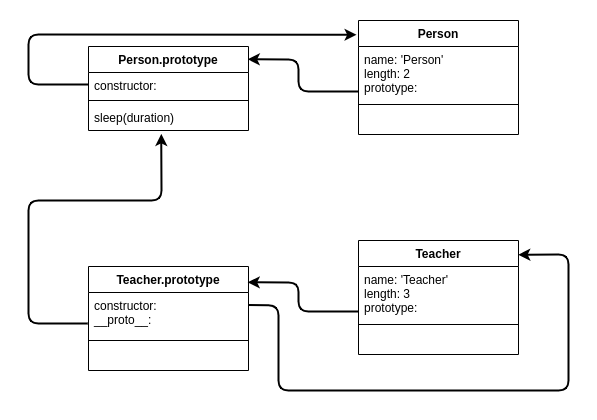
lcov29/knowledgeBase keeps this draw.io diagram as SoftwareDevelopment/WebDevelopment/JavaScript/pictures/constructorFunctionInheritanceStep5.png. Above is the earlier version. Source tidied: cells renumbered, new cells last; positions are measured from the earlier drawing's top-left corner, leaving out a move shared by most shapes. Source of this version:
```xml
<mxGraphModel>
  <root>
    <mxCell id="0" />
    <mxCell id="1" parent="0" />
    <mxCell id="2" value="Person" style="swimlane;fontStyle=1;align=center;verticalAlign=top;horizontal=1;startSize=26;" parent="1" vertex="1">
      <mxGeometry x="330" width="160" height="114" as="geometry" />
    </mxCell>
    <mxCell id="3" value="name: 'Person'&#10;length: 2&#10;prototype:" style="text;strokeColor=none;fillColor=none;align=left;verticalAlign=top;spacingLeft=4;spacingRight=4;overflow=hidden;points=[[0,0.5],[1,0.5]];portConstraint=eastwest;" parent="2" vertex="1">
      <mxGeometry y="26" width="160" height="54" as="geometry" />
    </mxCell>
    <mxCell id="4" style="line;strokeWidth=1;fillColor=none;align=left;verticalAlign=middle;spacingTop=-1;spacingLeft=3;spacingRight=3;labelPosition=right;" parent="2" vertex="1">
      <mxGeometry y="80" width="160" height="8" as="geometry" />
    </mxCell>
    <mxCell id="5" value=" " style="text;strokeColor=none;fillColor=none;align=left;verticalAlign=top;spacingLeft=4;spacingRight=4;overflow=hidden;" parent="2" vertex="1">
      <mxGeometry y="88" width="160" height="26" as="geometry" />
    </mxCell>
    <mxCell id="6" value="Person.prototype" style="swimlane;fontStyle=1;align=center;verticalAlign=top;horizontal=1;startSize=26;" parent="1" vertex="1">
      <mxGeometry x="60" y="26" width="160" height="84" as="geometry" />
    </mxCell>
    <mxCell id="7" value="constructor:" style="text;strokeColor=none;fillColor=none;align=left;verticalAlign=top;spacingLeft=4;spacingRight=4;overflow=hidden;points=[[0,0.5],[1,0.5]];portConstraint=eastwest;" parent="6" vertex="1">
      <mxGeometry y="26" width="160" height="24" as="geometry" />
    </mxCell>
    <mxCell id="8" style="line;strokeWidth=1;fillColor=none;align=left;verticalAlign=middle;spacingTop=-1;spacingLeft=3;spacingRight=3;labelPosition=right;" parent="6" vertex="1">
      <mxGeometry y="50" width="160" height="8" as="geometry" />
    </mxCell>
    <mxCell id="9" value="sleep(duration)" style="text;strokeColor=none;fillColor=none;align=left;verticalAlign=top;spacingLeft=4;spacingRight=4;overflow=hidden;points=[[0,0.5],[1,0.5]];portConstraint=eastwest;" parent="6" vertex="1">
      <mxGeometry y="58" width="160" height="26" as="geometry" />
    </mxCell>
    <mxCell id="10" style="endArrow=classic;html=1;strokeWidth=2;exitX=0.003;exitY=0.833;exitDx=0;exitDy=0;exitPerimeter=0;entryX=0.995;entryY=0.152;entryDx=0;entryDy=0;entryPerimeter=0;" parent="1" edge="1" source="3" target="6">
      <mxGeometry relative="1" as="geometry">
        <Array as="points">
          <mxPoint x="270" y="71" />
          <mxPoint x="270" y="39" />
        </Array>
      </mxGeometry>
    </mxCell>
    <mxCell id="11" style="endArrow=classic;html=1;strokeWidth=2;exitX=0;exitY=0.5;exitDx=0;exitDy=0;entryX=-0.012;entryY=0.125;entryDx=0;entryDy=0;entryPerimeter=0;" parent="1" edge="1" source="7" target="2">
      <mxGeometry relative="1" as="geometry">
        <Array as="points">
          <mxPoint y="64" />
          <mxPoint y="14" />
        </Array>
      </mxGeometry>
    </mxCell>
    <mxCell id="12" value="Teacher" style="swimlane;fontStyle=1;align=center;verticalAlign=top;horizontal=1;startSize=26;" parent="1" vertex="1">
      <mxGeometry x="330" y="220" width="160" height="114" as="geometry" />
    </mxCell>
    <mxCell id="13" value="name: 'Teacher'&#10;length: 3&#10;prototype:" style="text;strokeColor=none;fillColor=none;align=left;verticalAlign=top;spacingLeft=4;spacingRight=4;overflow=hidden;points=[[0,0.5],[1,0.5]];portConstraint=eastwest;" parent="12" vertex="1">
      <mxGeometry y="26" width="160" height="54" as="geometry" />
    </mxCell>
    <mxCell id="14" style="line;strokeWidth=1;fillColor=none;align=left;verticalAlign=middle;spacingTop=-1;spacingLeft=3;spacingRight=3;labelPosition=right;" parent="12" vertex="1">
      <mxGeometry y="80" width="160" height="8" as="geometry" />
    </mxCell>
    <mxCell id="15" value=" " style="text;strokeColor=none;fillColor=none;align=left;verticalAlign=top;spacingLeft=4;spacingRight=4;overflow=hidden;" parent="12" vertex="1">
      <mxGeometry y="88" width="160" height="26" as="geometry" />
    </mxCell>
    <mxCell id="16" value="Teacher.prototype" style="swimlane;fontStyle=1;align=center;verticalAlign=top;horizontal=1;startSize=26;" parent="1" vertex="1">
      <mxGeometry x="60" y="246" width="160" height="104" as="geometry" />
    </mxCell>
    <mxCell id="17" value="constructor:&#10;__proto__:" style="text;strokeColor=none;fillColor=none;align=left;verticalAlign=top;spacingLeft=4;spacingRight=4;overflow=hidden;points=[[0,0.5],[1,0.5]];portConstraint=eastwest;" parent="16" vertex="1">
      <mxGeometry y="26" width="160" height="44" as="geometry" />
    </mxCell>
    <mxCell id="18" style="line;strokeWidth=1;fillColor=none;align=left;verticalAlign=middle;spacingTop=-1;spacingLeft=3;spacingRight=3;labelPosition=right;" parent="16" vertex="1">
      <mxGeometry y="70" width="160" height="8" as="geometry" />
    </mxCell>
    <mxCell id="19" value=" " style="text;strokeColor=none;fillColor=none;align=left;verticalAlign=top;spacingLeft=4;spacingRight=4;overflow=hidden;" parent="16" vertex="1">
      <mxGeometry y="78" width="160" height="26" as="geometry" />
    </mxCell>
    <mxCell id="20" style="endArrow=classic;html=1;strokeWidth=2;exitX=0.003;exitY=0.833;exitDx=0;exitDy=0;exitPerimeter=0;entryX=0.995;entryY=0.152;entryDx=0;entryDy=0;entryPerimeter=0;" parent="1" edge="1" source="13" target="16">
      <mxGeometry relative="1" as="geometry">
        <Array as="points">
          <mxPoint x="270" y="291" />
          <mxPoint x="270" y="262" />
        </Array>
      </mxGeometry>
    </mxCell>
    <mxCell id="21" style="endArrow=classic;html=1;strokeWidth=2;entryX=0.455;entryY=1.131;entryDx=0;entryDy=0;entryPerimeter=0;exitX=-0.005;exitY=0.705;exitDx=0;exitDy=0;exitPerimeter=0;" parent="1" edge="1" source="17" target="9">
      <mxGeometry relative="1" as="geometry">
        <Array as="points">
          <mxPoint y="303" />
          <mxPoint y="180" />
          <mxPoint x="133" y="180" />
        </Array>
      </mxGeometry>
    </mxCell>
    <mxCell id="22" style="endArrow=classic;html=1;strokeWidth=2;entryX=0.998;entryY=0.125;entryDx=0;entryDy=0;entryPerimeter=0;exitX=1;exitY=0.286;exitDx=0;exitDy=0;exitPerimeter=0;" parent="1" edge="1" source="17" target="12">
      <mxGeometry relative="1" as="geometry">
        <Array as="points">
          <mxPoint x="250" y="285" />
          <mxPoint x="250" y="370" />
          <mxPoint x="540" y="370" />
          <mxPoint x="540" y="234" />
        </Array>
      </mxGeometry>
    </mxCell>
  </root>
</mxGraphModel>
```
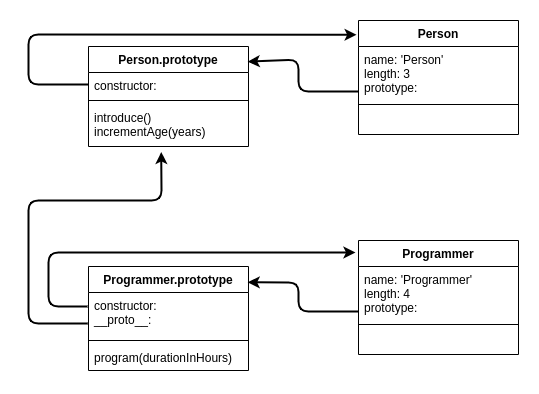
Above is the later version.

Diff of the diagram source:
```diff
@@ -5,7 +5,7 @@
     <mxCell id="2" value="Person" style="swimlane;fontStyle=1;align=center;verticalAlign=top;horizontal=1;startSize=26;" parent="1" vertex="1">
       <mxGeometry x="330" width="160" height="114" as="geometry" />
     </mxCell>
-    <mxCell id="3" value="name: 'Person'&#10;length: 2&#10;prototype:" style="text;strokeColor=none;fillColor=none;align=left;verticalAlign=top;spacingLeft=4;spacingRight=4;overflow=hidden;points=[[0,0.5],[1,0.5]];portConstraint=eastwest;" parent="2" vertex="1">
+    <mxCell id="3" value="name: 'Person'&#10;length: 3&#10;prototype:" style="text;strokeColor=none;fillColor=none;align=left;verticalAlign=top;spacingLeft=4;spacingRight=4;overflow=hidden;points=[[0,0.5],[1,0.5]];portConstraint=eastwest;" parent="2" vertex="1">
       <mxGeometry y="26" width="160" height="54" as="geometry" />
     </mxCell>
     <mxCell id="4" style="line;strokeWidth=1;fillColor=none;align=left;verticalAlign=middle;spacingTop=-1;spacingLeft=3;spacingRight=3;labelPosition=right;" parent="2" vertex="1">
@@ -15,7 +15,7 @@
       <mxGeometry y="88" width="160" height="26" as="geometry" />
     </mxCell>
     <mxCell id="6" value="Person.prototype" style="swimlane;fontStyle=1;align=center;verticalAlign=top;horizontal=1;startSize=26;" parent="1" vertex="1">
-      <mxGeometry x="60" y="26" width="160" height="84" as="geometry" />
+      <mxGeometry x="60" y="26" width="160" height="100" as="geometry" />
     </mxCell>
     <mxCell id="7" value="constructor:" style="text;strokeColor=none;fillColor=none;align=left;verticalAlign=top;spacingLeft=4;spacingRight=4;overflow=hidden;points=[[0,0.5],[1,0.5]];portConstraint=eastwest;" parent="6" vertex="1">
       <mxGeometry y="26" width="160" height="24" as="geometry" />
@@ -23,8 +23,8 @@
     <mxCell id="8" style="line;strokeWidth=1;fillColor=none;align=left;verticalAlign=middle;spacingTop=-1;spacingLeft=3;spacingRight=3;labelPosition=right;" parent="6" vertex="1">
       <mxGeometry y="50" width="160" height="8" as="geometry" />
     </mxCell>
-    <mxCell id="9" value="sleep(duration)" style="text;strokeColor=none;fillColor=none;align=left;verticalAlign=top;spacingLeft=4;spacingRight=4;overflow=hidden;points=[[0,0.5],[1,0.5]];portConstraint=eastwest;" parent="6" vertex="1">
-      <mxGeometry y="58" width="160" height="26" as="geometry" />
+    <mxCell id="9" value="introduce()&#10;incrementAge(years)" style="text;strokeColor=none;fillColor=none;align=left;verticalAlign=top;spacingLeft=4;spacingRight=4;overflow=hidden;points=[[0,0.5],[1,0.5]];portConstraint=eastwest;" parent="6" vertex="1">
+      <mxGeometry y="58" width="160" height="42" as="geometry" />
     </mxCell>
     <mxCell id="10" style="endArrow=classic;html=1;strokeWidth=2;exitX=0.003;exitY=0.833;exitDx=0;exitDy=0;exitPerimeter=0;entryX=0.995;entryY=0.152;entryDx=0;entryDy=0;entryPerimeter=0;" parent="1" edge="1" source="3" target="6">
       <mxGeometry relative="1" as="geometry">
@@ -42,10 +42,10 @@
         </Array>
       </mxGeometry>
     </mxCell>
-    <mxCell id="12" value="Teacher" style="swimlane;fontStyle=1;align=center;verticalAlign=top;horizontal=1;startSize=26;" parent="1" vertex="1">
+    <mxCell id="12" value="Programmer" style="swimlane;fontStyle=1;align=center;verticalAlign=top;horizontal=1;startSize=26;" parent="1" vertex="1">
       <mxGeometry x="330" y="220" width="160" height="114" as="geometry" />
     </mxCell>
-    <mxCell id="13" value="name: 'Teacher'&#10;length: 3&#10;prototype:" style="text;strokeColor=none;fillColor=none;align=left;verticalAlign=top;spacingLeft=4;spacingRight=4;overflow=hidden;points=[[0,0.5],[1,0.5]];portConstraint=eastwest;" parent="12" vertex="1">
+    <mxCell id="13" value="name: 'Programmer'&#10;length: 4&#10;prototype:" style="text;strokeColor=none;fillColor=none;align=left;verticalAlign=top;spacingLeft=4;spacingRight=4;overflow=hidden;points=[[0,0.5],[1,0.5]];portConstraint=eastwest;" parent="12" vertex="1">
       <mxGeometry y="26" width="160" height="54" as="geometry" />
     </mxCell>
     <mxCell id="14" style="line;strokeWidth=1;fillColor=none;align=left;verticalAlign=middle;spacingTop=-1;spacingLeft=3;spacingRight=3;labelPosition=right;" parent="12" vertex="1">
@@ -54,7 +54,7 @@
     <mxCell id="15" value=" " style="text;strokeColor=none;fillColor=none;align=left;verticalAlign=top;spacingLeft=4;spacingRight=4;overflow=hidden;" parent="12" vertex="1">
       <mxGeometry y="88" width="160" height="26" as="geometry" />
     </mxCell>
-    <mxCell id="16" value="Teacher.prototype" style="swimlane;fontStyle=1;align=center;verticalAlign=top;horizontal=1;startSize=26;" parent="1" vertex="1">
+    <mxCell id="16" value="Programmer.prototype" style="swimlane;fontStyle=1;align=center;verticalAlign=top;horizontal=1;startSize=26;" parent="1" vertex="1">
       <mxGeometry x="60" y="246" width="160" height="104" as="geometry" />
     </mxCell>
     <mxCell id="17" value="constructor:&#10;__proto__:" style="text;strokeColor=none;fillColor=none;align=left;verticalAlign=top;spacingLeft=4;spacingRight=4;overflow=hidden;points=[[0,0.5],[1,0.5]];portConstraint=eastwest;" parent="16" vertex="1">
@@ -63,7 +63,7 @@
     <mxCell id="18" style="line;strokeWidth=1;fillColor=none;align=left;verticalAlign=middle;spacingTop=-1;spacingLeft=3;spacingRight=3;labelPosition=right;" parent="16" vertex="1">
       <mxGeometry y="70" width="160" height="8" as="geometry" />
     </mxCell>
-    <mxCell id="19" value=" " style="text;strokeColor=none;fillColor=none;align=left;verticalAlign=top;spacingLeft=4;spacingRight=4;overflow=hidden;" parent="16" vertex="1">
+    <mxCell id="19" value="program(durationInHours)" style="text;strokeColor=none;fillColor=none;align=left;verticalAlign=top;spacingLeft=4;spacingRight=4;overflow=hidden;" parent="16" vertex="1">
       <mxGeometry y="78" width="160" height="26" as="geometry" />
     </mxCell>
     <mxCell id="20" style="endArrow=classic;html=1;strokeWidth=2;exitX=0.003;exitY=0.833;exitDx=0;exitDy=0;exitPerimeter=0;entryX=0.995;entryY=0.152;entryDx=0;entryDy=0;entryPerimeter=0;" parent="1" edge="1" source="13" target="16">
@@ -83,13 +83,11 @@
         </Array>
       </mxGeometry>
     </mxCell>
-    <mxCell id="22" style="endArrow=classic;html=1;strokeWidth=2;entryX=0.998;entryY=0.125;entryDx=0;entryDy=0;entryPerimeter=0;exitX=1;exitY=0.286;exitDx=0;exitDy=0;exitPerimeter=0;" parent="1" edge="1" source="17" target="12">
+    <mxCell id="22" style="endArrow=classic;html=1;strokeWidth=2;exitX=-0.006;exitY=0.318;exitDx=0;exitDy=0;entryX=-0.019;entryY=0.105;entryDx=0;entryDy=0;entryPerimeter=0;exitPerimeter=0;" parent="1" edge="1" source="17" target="12">
       <mxGeometry relative="1" as="geometry">
         <Array as="points">
-          <mxPoint x="250" y="285" />
-          <mxPoint x="250" y="370" />
-          <mxPoint x="540" y="370" />
-          <mxPoint x="540" y="234" />
+          <mxPoint x="20" y="286" />
+          <mxPoint x="20" y="232" />
         </Array>
       </mxGeometry>
     </mxCell>
```
